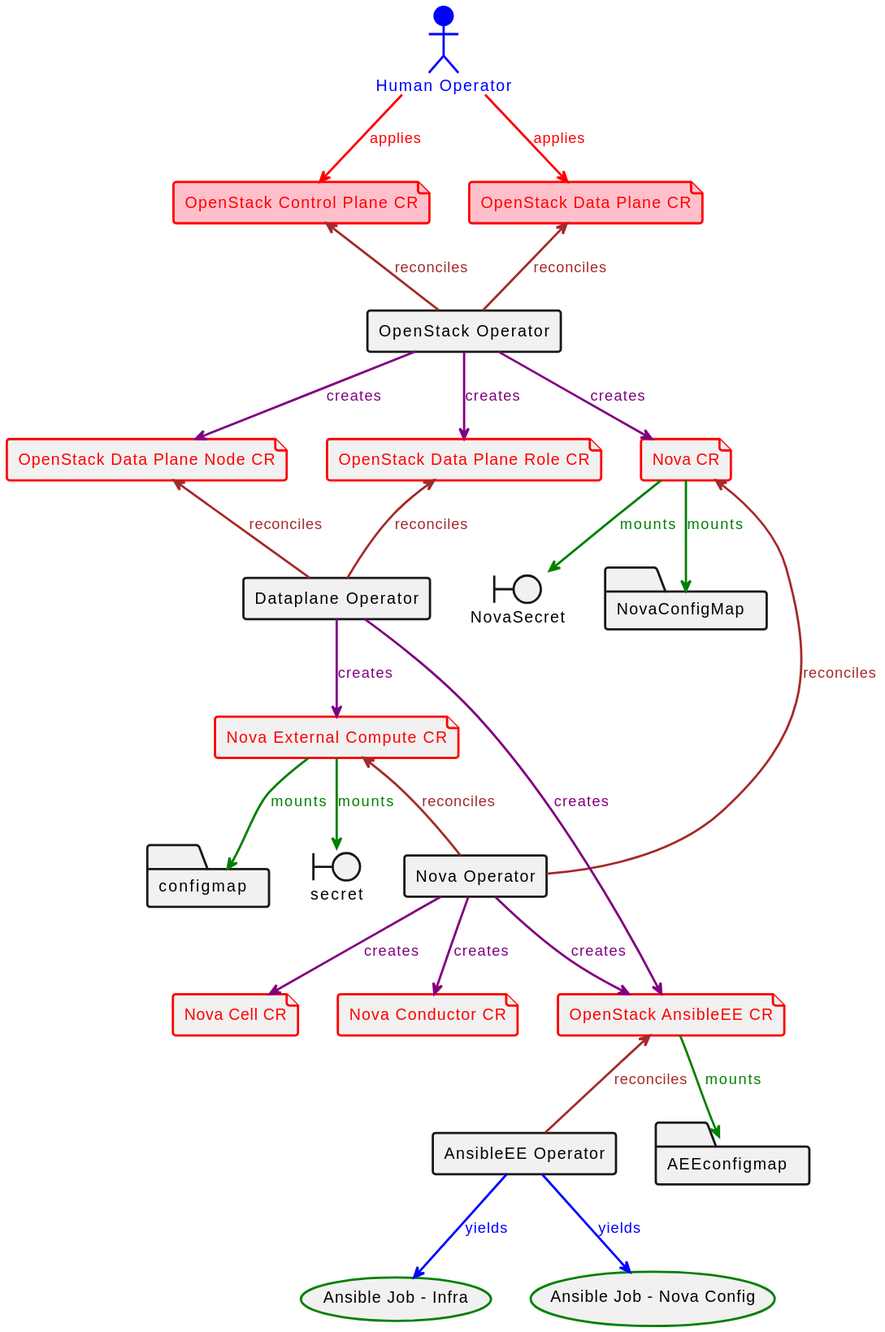
The PlantUML diagram docs/diagrams/out/edpm.svg in openstack-k8s-operators/dataplane-operator, before a commit.
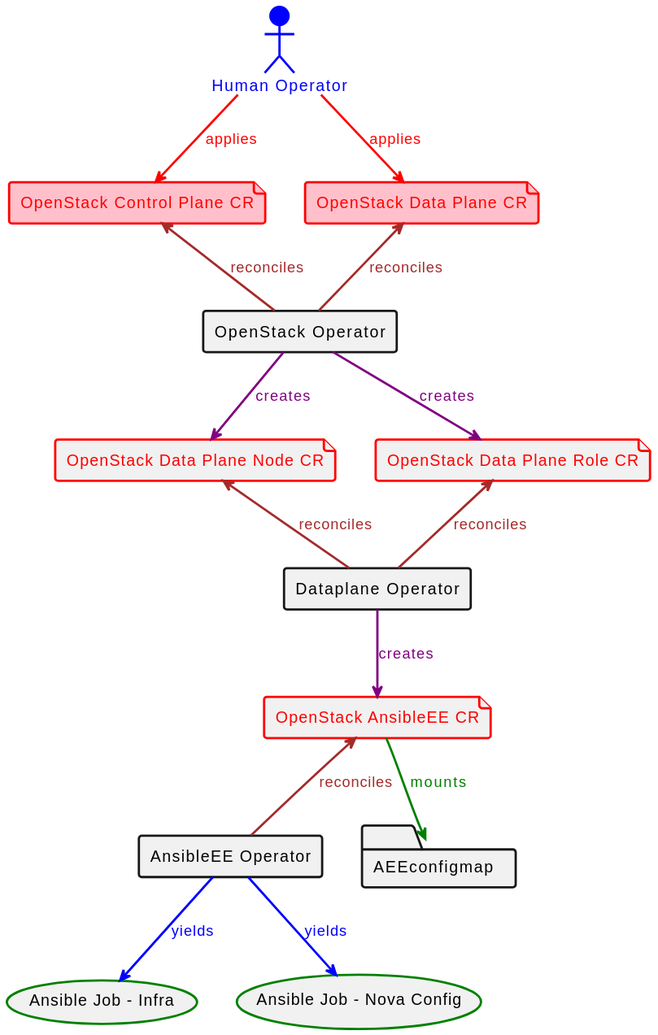
After the change.

Diff of the diagram source:
```diff
@@ -5,49 +5,28 @@
 file "OpenStack Data Plane CR" as ODPCR #pink;line:red;line.bold;text:red
 file "OpenStack Data Plane Node CR" as ODPNCR #line:red;line.bold;text:red
 file "OpenStack Data Plane Role CR" as ODPRCR #line:red;line.bold;text:red
-file "Nova CR" as NCR #line:red;line.bold;text:red
 file "OpenStack AnsibleEE CR" as AEECR #line:red;line.bold;text:red
-file "Nova External Compute CR" as NECCR #line:red;line.bold;text:red
-file "Nova Cell CR" as NCeCR #line:red;line.bold;text:red
-file "Nova Conductor CR" as NCoCR #line:red;line.bold;text:red
 
 rectangle "OpenStack Operator" as OSOp #line.bold
 rectangle "Dataplane Operator" as DOp #line.bold
-rectangle "Nova Operator" as NOp #line.bold
 rectangle "AnsibleEE Operator" as AEEOp #line.bold
 
 usecase "Ansible Job - Infra" as AJI #line:green;line.bold
 usecase "Ansible Job - Nova Config" as AJNC #line:green;line.bold
 
-boundary secret #line.bold
-boundary NovaSecret #line.bold
-
-folder configmap #line.bold
-folder NovaConfigMap #line.bold
 folder AEEconfigmap #line.bold
 
 user --> OCPCR #line:red;line.bold;text:red  : applies
 user --> ODPCR #line:red;line.bold;text:red  : applies
 OCPCR <-- OSOp #line:brown;line.bold;text:brown : reconciles
 ODPCR <-- OSOp #line:brown;line.bold;text:brown : reconciles
-OSOp --> NCR #line:purple;line.bold;text:purple  : creates
 OSOp --> ODPNCR #line:purple;line.bold;text:purple  : creates
 OSOp --> ODPRCR #line:purple;line.bold;text:purple  : creates
 ODPNCR <-- DOp #line:brown;line.bold;text:brown : reconciles
 ODPRCR <-- DOp #line:brown;line.bold;text:brown : reconciles
-NCR <-- NOp #line:brown;line.bold;text:brown : reconciles
 DOp --> AEECR #line:purple;line.bold;text:purple  : creates
-DOp --> NECCR #line:purple;line.bold;text:purple  : creates
 AEECR <-- AEEOp #line:brown;line.bold;text:brown : reconciles
-NECCR <-- NOp #line:brown;line.bold;text:brown : reconciles
 AEEOp --> AJI #line:blue;line.bold;text:blue : yields
 AEEOp --> AJNC #line:blue;line.bold;text:blue : yields
-NOp --> AEECR #line:purple;line.bold;text:purple  : creates
-NOp --> NCeCR #line:purple;line.bold;text:purple  : creates
-NOp --> NCoCR #line:purple;line.bold;text:purple  : creates
-NCR --> NovaSecret #line:green;line.bold;text:green  : mounts
-NCR --> NovaConfigMap #line:green;line.bold;text:green  : mounts
-NECCR --> secret #line:green;line.bold;text:green  : mounts
-NECCR --> configmap #line:green;line.bold;text:green  : mounts
 AEECR --> AEEconfigmap #line:green;line.bold;text:green  : mounts
 @enduml
```
